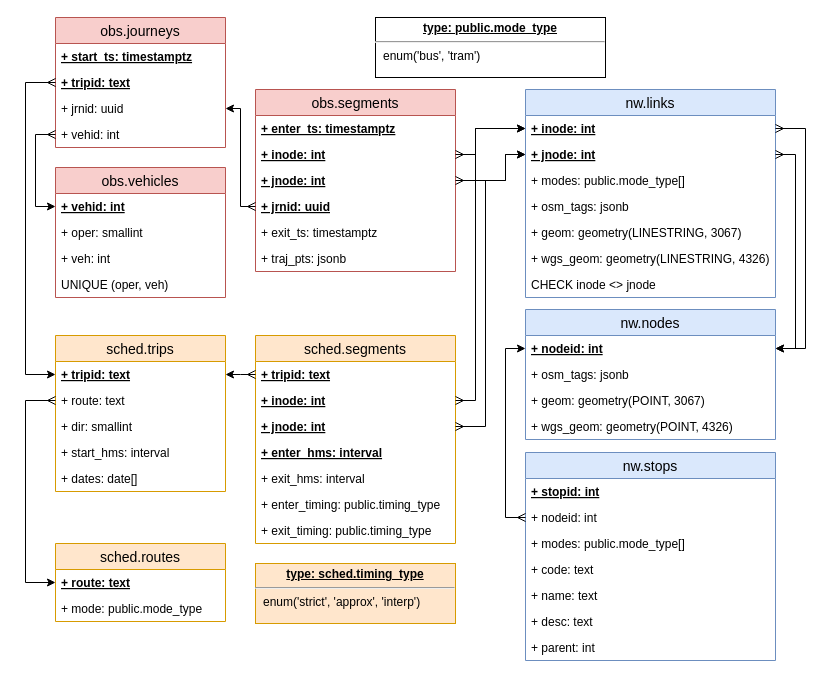
Before: page "production" (1 of 4) of docs/sujuikoDB.drawio in datarttu/sujuikoDB, a draw.io diagram. Source tidied: cells renumbered, new cells numbered last; positions are measured from the earlier drawing's top-left corner, leaving out a move shared by most shapes. Both pictures are drawn from the tidied source at 100%, with x=0, y=0 at pixel (25, 17).
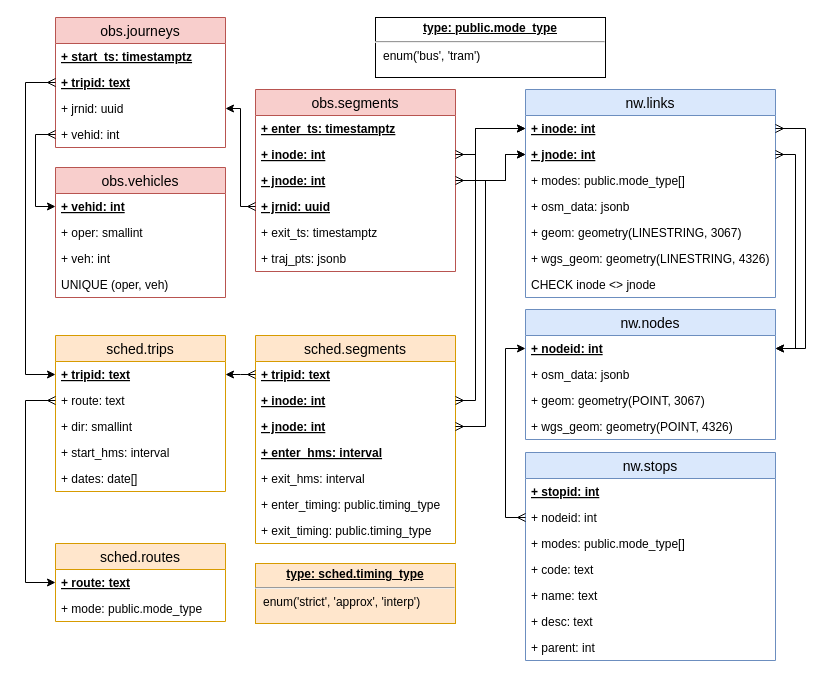
The same page after the edit.

Unchanged cells that the change refers to:
```xml
<mxCell id="9" value="nw.links" style="swimlane;fontStyle=0;horizontal=1;startSize=26;fillColor=#dae8fc;swimlaneFillColor=#ffffff;align=center;fontSize=14;strokeColor=#6c8ebf;" parent="1" vertex="1">
  <mxGeometry x="500" y="72" width="250" height="208" as="geometry" />
</mxCell>
<mxCell id="18" value="nw.nodes" style="swimlane;fontStyle=0;horizontal=1;startSize=26;fillColor=#dae8fc;swimlaneFillColor=#ffffff;align=center;fontSize=14;strokeColor=#6c8ebf;" parent="1" vertex="1">
  <mxGeometry x="500" y="292" width="250" height="130" as="geometry" />
</mxCell>
```

The edit, as a diff of the source:
```diff
@@
-    <mxCell id="13" value="+ osm_tags: jsonb" style="text;strokeColor=none;fillColor=none;spacingLeft=4;spacingRight=4;overflow=hidden;fontSize=12;" parent="9" vertex="1">
+    <mxCell id="13" value="+ osm_data: jsonb" style="text;strokeColor=none;fillColor=none;spacingLeft=4;spacingRight=4;overflow=hidden;fontSize=12;" parent="9" vertex="1">
       <mxGeometry y="104" width="250" height="26" as="geometry" />
     </mxCell>
@@
-    <mxCell id="20" value="+ osm_tags: jsonb" style="text;strokeColor=none;fillColor=none;spacingLeft=4;spacingRight=4;overflow=hidden;fontSize=12;" parent="18" vertex="1">
+    <mxCell id="20" value="+ osm_data: jsonb" style="text;strokeColor=none;fillColor=none;spacingLeft=4;spacingRight=4;overflow=hidden;fontSize=12;" parent="18" vertex="1">
       <mxGeometry y="52" width="250" height="26" as="geometry" />
     </mxCell>
```
